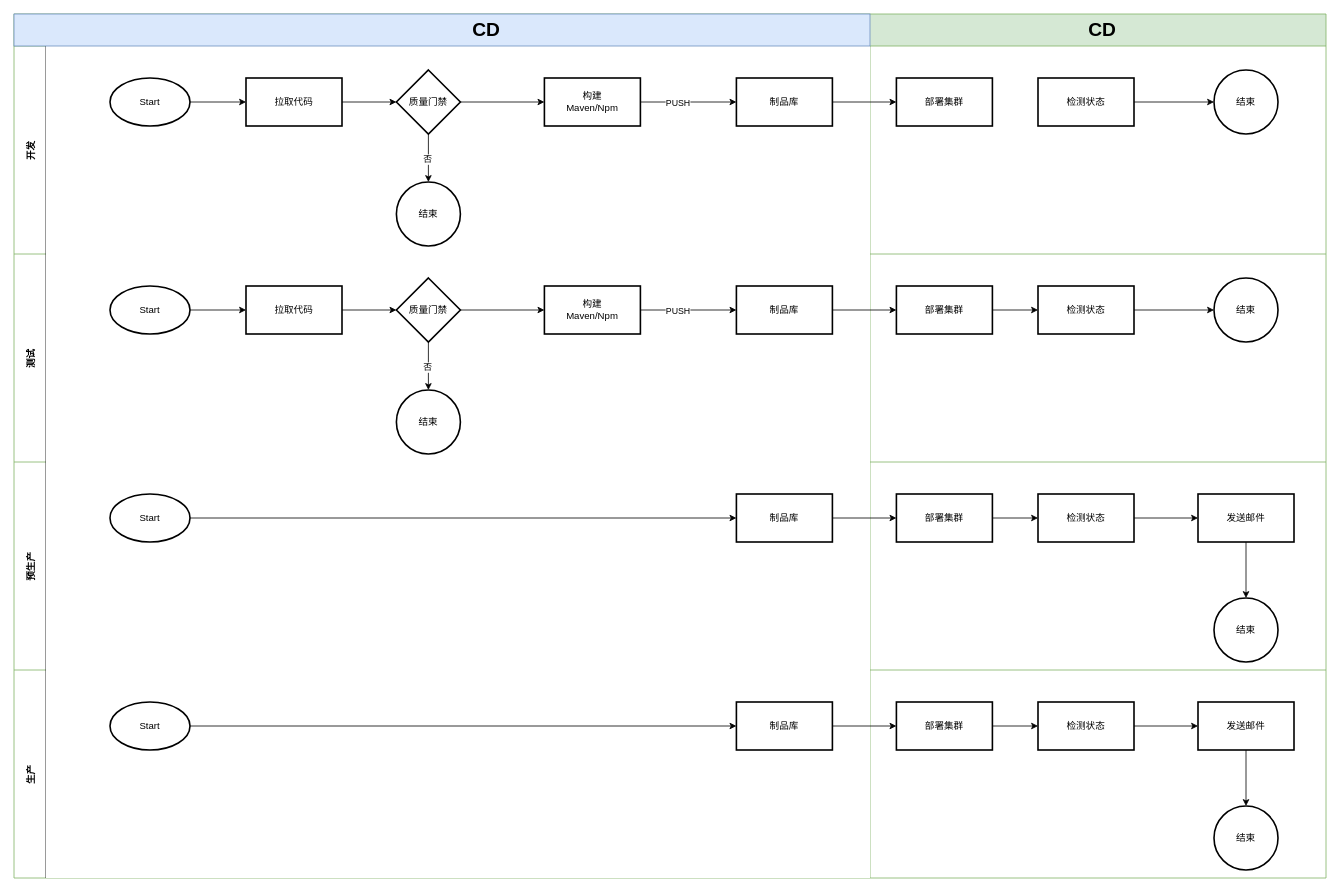
463024907/draw.io keeps this draw.io diagram as CICD发布流程.drawio. Above is the earlier version. Source tidied: cells renumbered, new cells numbered last; positions are measured from the earlier drawing's top-left corner, leaving out a move shared by most shapes. Both pictures are drawn from the tidied source at 80%, with x=0, y=0 at pixel (14, 14).
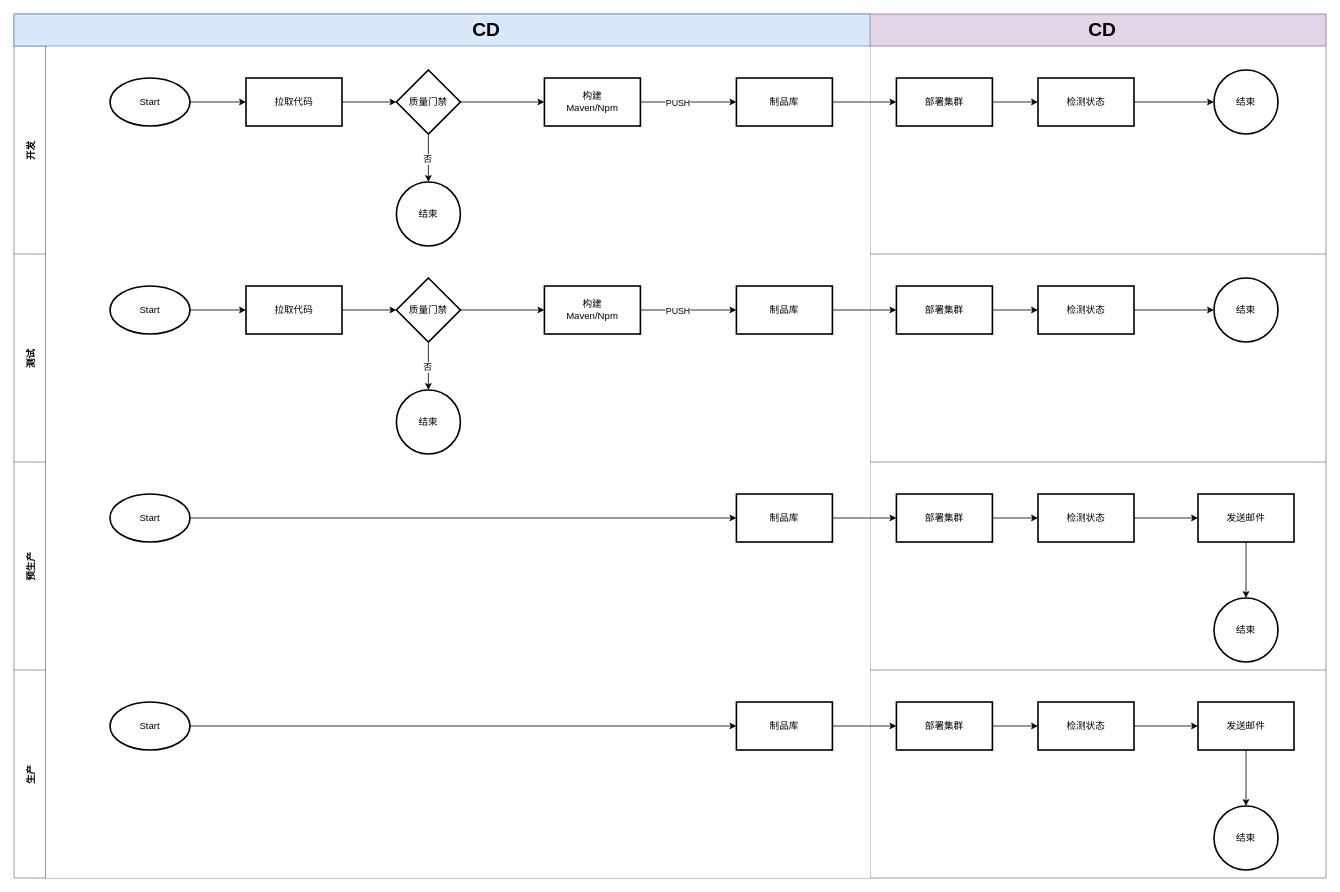
Above is the later version.

The change refers to these unchanged cells:
```xml
<mxCell id="3" value="开发" style="shape=tableRow;horizontal=0;swimlaneHead=0;swimlaneBody=0;top=0;left=0;bottom=0;right=0;fillColor=none;startSize=40;fontStyle=1;" parent="2" vertex="1">
  <mxGeometry y="40" width="1640" height="260" as="geometry" />
</mxCell>
<mxCell id="19" value="部署集群" style="whiteSpace=wrap;html=1;strokeWidth=2;" parent="8" vertex="1">
  <mxGeometry x="683" y="40" width="120" height="60" as="geometry" />
</mxCell>
<mxCell id="22" value="检测状态" style="whiteSpace=wrap;html=1;strokeWidth=2;" parent="20" vertex="1">
  <mxGeometry x="210" y="40" width="120" height="60" as="geometry" />
</mxCell>
```

Change to the diagram source:
```diff
@@
-    <mxCell id="2" style="shape=table;childLayout=tableLayout;startSize=40;fillColor=#d5e8d4;fontStyle=1;strokeColor=#82b366;" parent="1" vertex="1">
+    <mxCell id="2" style="shape=table;childLayout=tableLayout;startSize=40;fillColor=#e1d5e7;fontStyle=1;strokeColor=#9673a6;" parent="1" vertex="1">
       <mxGeometry width="1640" height="1080" as="geometry" />
     </mxCell>
@@
+    <mxCell id="81" style="edgeStyle=orthogonalEdgeStyle;rounded=0;jettySize=auto;html=1;" parent="3" edge="1" source="19" target="22">
+      <mxGeometry relative="1" as="geometry" />
+    </mxCell>
```
